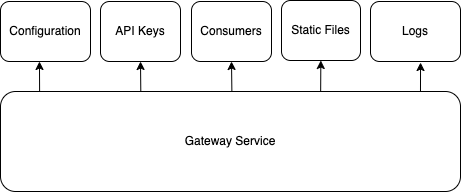
Earlier version of the draw.io export Docs/Img/dependencies.png (PKPublicCode/SecuredApi). Source tidied: cells renumbered, new cells last; positions are measured from the earlier drawing's top-left corner, leaving out a move shared by most shapes.
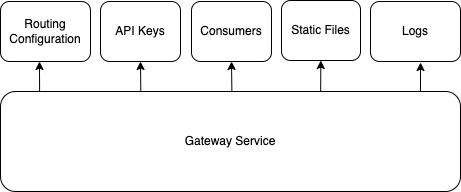
The same diagram one commit later.

What changed in the source:
```diff
@@ -5,7 +5,7 @@
     <mxCell id="2" value="Gateway Service" style="rounded=1;whiteSpace=wrap;html=1;" parent="1" vertex="1">
       <mxGeometry y="91" width="460" height="100" as="geometry" />
     </mxCell>
-    <mxCell id="3" value="Configuration" style="rounded=1;whiteSpace=wrap;html=1;" parent="1" vertex="1">
+    <mxCell id="3" value="Routing Configuration" style="rounded=1;whiteSpace=wrap;html=1;" parent="1" vertex="1">
       <mxGeometry y="1" width="90" height="60" as="geometry" />
     </mxCell>
     <mxCell id="4" value="API Keys" style="rounded=1;whiteSpace=wrap;html=1;" parent="1" vertex="1">
```
